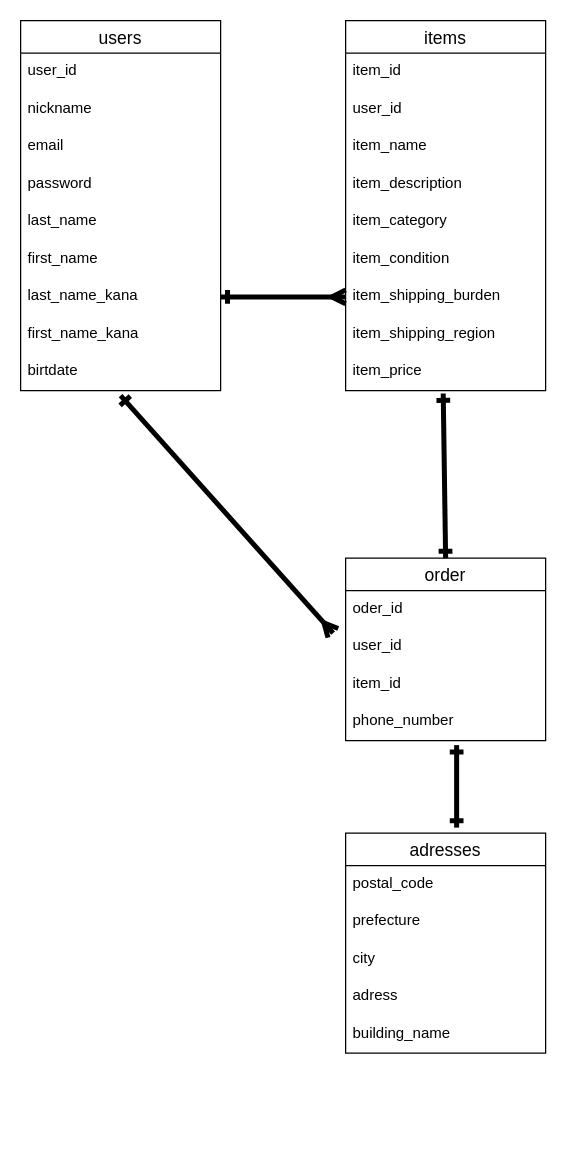
This is page "ページ1" (1 of 2) of furima.dio from ryochin33/furima-40583, a draw.io file, before an edit. Source tidied: cells renumbered, new cells numbered last; positions are measured from the earlier drawing's top-left corner, leaving out a move shared by most shapes. Both pictures are drawn from the tidied source at 125%, with x=0, y=0 at pixel (20, 20).
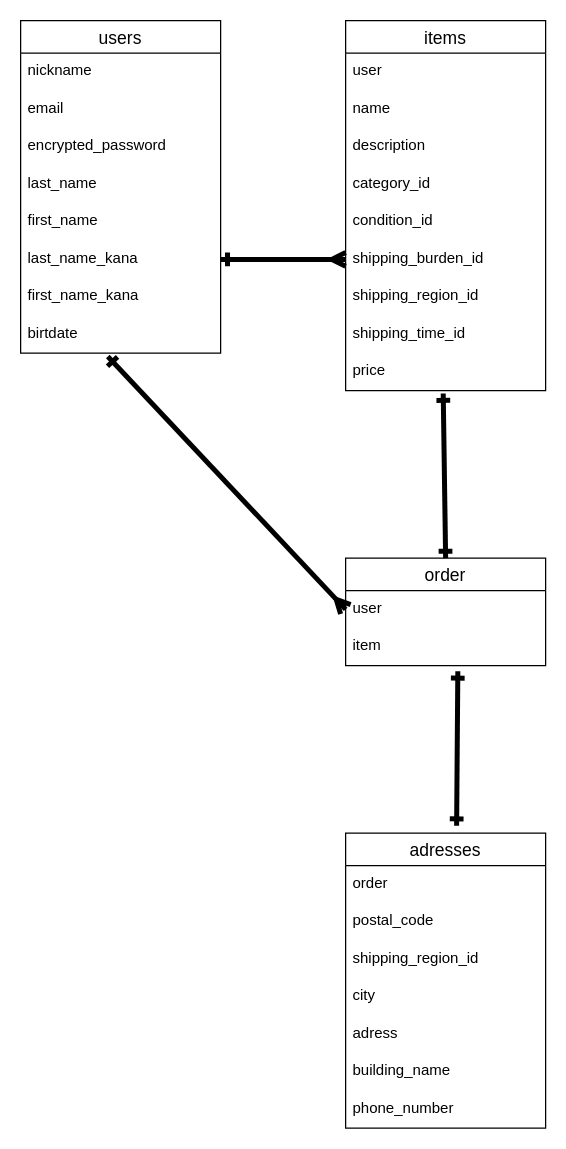
Above is the later version.

Commit message (it also covers changes not shown here):
データベース設計修正３

The change refers to these unchanged cells:
```xml
<mxCell id="13" value="items" style="swimlane;fontStyle=0;horizontal=1;startSize=26;align=center;fontSize=14;" parent="1" vertex="1">
  <mxGeometry x="260" width="160" height="296" as="geometry" />
</mxCell>
```

The edit, as a diff of the source:
```diff
@@
     <mxCell id="3" value="users" style="swimlane;fontStyle=0;horizontal=1;startSize=26;align=center;fontSize=14;" parent="1" vertex="1">
-      <mxGeometry width="160" height="296" as="geometry" />
+      <mxGeometry width="160" height="266" as="geometry" />
     </mxCell>
-    <mxCell id="4" value="user_id" style="text;strokeColor=none;fillColor=none;spacingLeft=4;spacingRight=4;overflow=hidden;fontSize=12;" parent="3" vertex="1">
-      <mxGeometry y="26" width="160" height="30" as="geometry" />
-    </mxCell>
     <mxCell id="5" value="nickname" style="text;strokeColor=none;fillColor=none;spacingLeft=4;spacingRight=4;overflow=hidden;fontSize=12;" parent="3" vertex="1">
-      <mxGeometry y="56" width="160" height="30" as="geometry" />
+      <mxGeometry y="26" width="160" height="30" as="geometry" />
     </mxCell>
     <mxCell id="6" value="email" style="text;strokeColor=none;fillColor=none;spacingLeft=4;spacingRight=4;overflow=hidden;fontSize=12;" parent="3" vertex="1">
-      <mxGeometry y="86" width="160" height="30" as="geometry" />
+      <mxGeometry y="56" width="160" height="30" as="geometry" />
     </mxCell>
-    <mxCell id="7" value="password" style="text;strokeColor=none;fillColor=none;spacingLeft=4;spacingRight=4;overflow=hidden;fontSize=12;" parent="3" vertex="1">
-      <mxGeometry y="116" width="160" height="30" as="geometry" />
+    <mxCell id="7" value="encrypted_password" style="text;strokeColor=none;fillColor=none;spacingLeft=4;spacingRight=4;overflow=hidden;fontSize=12;" parent="3" vertex="1">
+      <mxGeometry y="86" width="160" height="30" as="geometry" />
     </mxCell>
     <mxCell id="8" value="last_name" style="text;strokeColor=none;fillColor=none;spacingLeft=4;spacingRight=4;overflow=hidden;fontSize=12;" parent="3" vertex="1">
-      <mxGeometry y="146" width="160" height="30" as="geometry" />
+      <mxGeometry y="116" width="160" height="30" as="geometry" />
     </mxCell>
     <mxCell id="9" value="first_name" style="text;strokeColor=none;fillColor=none;spacingLeft=4;spacingRight=4;overflow=hidden;fontSize=12;" parent="3" vertex="1">
-      <mxGeometry y="176" width="160" height="30" as="geometry" />
+      <mxGeometry y="146" width="160" height="30" as="geometry" />
     </mxCell>
     <mxCell id="10" value="last_name_kana" style="text;strokeColor=none;fillColor=none;spacingLeft=4;spacingRight=4;overflow=hidden;points=[[0,0.5],[1,0.5]];portConstraint=eastwest;fontSize=12;" parent="3" vertex="1">
-      <mxGeometry y="206" width="160" height="30" as="geometry" />
+      <mxGeometry y="176" width="160" height="30" as="geometry" />
     </mxCell>
     <mxCell id="11" value="first_name_kana" style="text;strokeColor=none;fillColor=none;spacingLeft=4;spacingRight=4;overflow=hidden;fontSize=12;" parent="3" vertex="1">
-      <mxGeometry y="236" width="160" height="30" as="geometry" />
+      <mxGeometry y="206" width="160" height="30" as="geometry" />
     </mxCell>
     <mxCell id="12" value="birtdate" style="text;strokeColor=none;fillColor=none;spacingLeft=4;spacingRight=4;overflow=hidden;points=[[0,0.5],[1,0.5]];portConstraint=eastwest;fontSize=12;" parent="3" vertex="1">
-      <mxGeometry y="266" width="160" height="30" as="geometry" />
+      <mxGeometry y="236" width="160" height="30" as="geometry" />
     </mxCell>
@@
-    <mxCell id="14" value="item_id" style="text;strokeColor=none;fillColor=none;spacingLeft=4;spacingRight=4;overflow=hidden;fontSize=12;" parent="13" vertex="1">
-      <mxGeometry y="26" width="160" height="30" as="geometry" />
-    </mxCell>
-    <mxCell id="15" value="user_id" style="text;strokeColor=none;fillColor=none;spacingLeft=4;spacingRight=4;overflow=hidden;fontSize=12;" parent="13" vertex="1">
-      <mxGeometry y="56" width="160" height="30" as="geometry" />
+    <mxCell id="15" value="user" style="text;strokeColor=none;fillColor=none;spacingLeft=4;spacingRight=4;overflow=hidden;fontSize=12;" parent="13" vertex="1">
+      <mxGeometry y="26" width="160" height="30" as="geometry" />
     </mxCell>
-    <mxCell id="16" value="item_name" style="text;strokeColor=none;fillColor=none;spacingLeft=4;spacingRight=4;overflow=hidden;fontSize=12;" parent="13" vertex="1">
-      <mxGeometry y="86" width="160" height="30" as="geometry" />
+    <mxCell id="16" value="name" style="text;strokeColor=none;fillColor=none;spacingLeft=4;spacingRight=4;overflow=hidden;fontSize=12;" parent="13" vertex="1">
+      <mxGeometry y="56" width="160" height="30" as="geometry" />
     </mxCell>
-    <mxCell id="17" value="item_description" style="text;strokeColor=none;fillColor=none;spacingLeft=4;spacingRight=4;overflow=hidden;fontSize=12;" parent="13" vertex="1">
-      <mxGeometry y="116" width="160" height="30" as="geometry" />
+    <mxCell id="17" value="description" style="text;strokeColor=none;fillColor=none;spacingLeft=4;spacingRight=4;overflow=hidden;fontSize=12;" parent="13" vertex="1">
+      <mxGeometry y="86" width="160" height="30" as="geometry" />
     </mxCell>
-    <mxCell id="18" value="item_category" style="text;strokeColor=none;fillColor=none;spacingLeft=4;spacingRight=4;overflow=hidden;fontSize=12;" parent="13" vertex="1">
-      <mxGeometry y="146" width="160" height="30" as="geometry" />
+    <mxCell id="18" value="category_id" style="text;strokeColor=none;fillColor=none;spacingLeft=4;spacingRight=4;overflow=hidden;fontSize=12;" parent="13" vertex="1">
+      <mxGeometry y="116" width="160" height="30" as="geometry" />
     </mxCell>
-    <mxCell id="19" value="item_condition" style="text;strokeColor=none;fillColor=none;spacingLeft=4;spacingRight=4;overflow=hidden;fontSize=12;" parent="13" vertex="1">
-      <mxGeometry y="176" width="160" height="30" as="geometry" />
+    <mxCell id="19" value="condition_id" style="text;strokeColor=none;fillColor=none;spacingLeft=4;spacingRight=4;overflow=hidden;fontSize=12;" parent="13" vertex="1">
+      <mxGeometry y="146" width="160" height="30" as="geometry" />
     </mxCell>
-    <mxCell id="20" value="item_shipping_burden" style="text;strokeColor=none;fillColor=none;spacingLeft=4;spacingRight=4;overflow=hidden;points=[[0,0.5],[1,0.5]];portConstraint=eastwest;fontSize=12;" parent="13" vertex="1">
-      <mxGeometry y="206" width="160" height="30" as="geometry" />
+    <mxCell id="20" value="shipping_burden_id" style="text;strokeColor=none;fillColor=none;spacingLeft=4;spacingRight=4;overflow=hidden;points=[[0,0.5],[1,0.5]];portConstraint=eastwest;fontSize=12;" parent="13" vertex="1">
+      <mxGeometry y="176" width="160" height="30" as="geometry" />
     </mxCell>
-    <mxCell id="21" value="item_shipping_region" style="text;strokeColor=none;fillColor=none;spacingLeft=4;spacingRight=4;overflow=hidden;fontSize=12;" parent="13" vertex="1">
-      <mxGeometry y="236" width="160" height="30" as="geometry" />
+    <mxCell id="21" value="shipping_region_id" style="text;strokeColor=none;fillColor=none;spacingLeft=4;spacingRight=4;overflow=hidden;fontSize=12;" parent="13" vertex="1">
+      <mxGeometry y="206" width="160" height="30" as="geometry" />
     </mxCell>
+    <mxCell id="38" value="shipping_time_id" style="text;strokeColor=none;fillColor=none;spacingLeft=4;spacingRight=4;overflow=hidden;fontSize=12;" parent="13" vertex="1">
+      <mxGeometry y="236" width="160" height="30" as="geometry" />
+    </mxCell>
-    <mxCell id="22" value="item_price" style="text;strokeColor=none;fillColor=none;spacingLeft=4;spacingRight=4;overflow=hidden;points=[[0,0.5],[1,0.5]];portConstraint=eastwest;fontSize=12;" parent="13" vertex="1">
+    <mxCell id="22" value="price" style="text;strokeColor=none;fillColor=none;spacingLeft=4;spacingRight=4;overflow=hidden;points=[[0,0.5],[1,0.5]];portConstraint=eastwest;fontSize=12;" parent="13" vertex="1">
       <mxGeometry y="266" width="160" height="30" as="geometry" />
     </mxCell>
     <mxCell id="23" value="order" style="swimlane;fontStyle=0;horizontal=1;startSize=26;align=center;fontSize=14;" parent="1" vertex="1">
-      <mxGeometry x="260" y="430" width="160" height="146" as="geometry" />
+      <mxGeometry x="260" y="430" width="160" height="86" as="geometry" />
     </mxCell>
-    <mxCell id="24" value="oder_id" style="text;strokeColor=none;fillColor=none;spacingLeft=4;spacingRight=4;overflow=hidden;fontSize=12;" parent="23" vertex="1">
-      <mxGeometry y="26" width="160" height="30" as="geometry" />
-    </mxCell>
-    <mxCell id="25" value="user_id" style="text;strokeColor=none;fillColor=none;spacingLeft=4;spacingRight=4;overflow=hidden;points=[[0,0.5],[1,0.5]];portConstraint=eastwest;fontSize=12;" parent="23" vertex="1">
-      <mxGeometry y="56" width="160" height="30" as="geometry" />
+    <mxCell id="25" value="user" style="text;strokeColor=none;fillColor=none;spacingLeft=4;spacingRight=4;overflow=hidden;points=[[0,0.5],[1,0.5]];portConstraint=eastwest;fontSize=12;" parent="23" vertex="1">
+      <mxGeometry y="26" width="160" height="30" as="geometry" />
     </mxCell>
-    <mxCell id="26" value="item_id" style="text;strokeColor=none;fillColor=none;spacingLeft=4;spacingRight=4;overflow=hidden;points=[[0,0.5],[1,0.5]];portConstraint=eastwest;fontSize=12;" parent="23" vertex="1">
-      <mxGeometry y="86" width="160" height="30" as="geometry" />
+    <mxCell id="26" value="item" style="text;strokeColor=none;fillColor=none;spacingLeft=4;spacingRight=4;overflow=hidden;points=[[0,0.5],[1,0.5]];portConstraint=eastwest;fontSize=12;" parent="23" vertex="1">
+      <mxGeometry y="56" width="160" height="30" as="geometry" />
     </mxCell>
-    <mxCell id="27" value="phone_number" style="text;strokeColor=none;fillColor=none;spacingLeft=4;spacingRight=4;overflow=hidden;points=[[0,0.5],[1,0.5]];portConstraint=eastwest;fontSize=12;" parent="23" vertex="1">
-      <mxGeometry y="116" width="160" height="30" as="geometry" />
-    </mxCell>
     <mxCell id="28" value="adresses" style="swimlane;fontStyle=0;horizontal=1;startSize=26;align=center;fontSize=14;" parent="1" vertex="1">
-      <mxGeometry x="260" y="650" width="160" height="176" as="geometry" />
+      <mxGeometry x="260" y="650" width="160" height="236" as="geometry" />
     </mxCell>
+    <mxCell id="39" value="order" style="text;strokeColor=none;fillColor=none;spacingLeft=4;spacingRight=4;overflow=hidden;fontSize=12;" parent="28" vertex="1">
+      <mxGeometry y="26" width="160" height="30" as="geometry" />
+    </mxCell>
     <mxCell id="29" value="postal_code" style="text;strokeColor=none;fillColor=none;spacingLeft=4;spacingRight=4;overflow=hidden;fontSize=12;" parent="28" vertex="1">
-      <mxGeometry y="26" width="160" height="30" as="geometry" />
+      <mxGeometry y="56" width="160" height="30" as="geometry" />
     </mxCell>
-    <mxCell id="30" value="prefecture" style="text;strokeColor=none;fillColor=none;spacingLeft=4;spacingRight=4;overflow=hidden;fontSize=12;" parent="28" vertex="1">
-      <mxGeometry y="56" width="160" height="30" as="geometry" />
-    </mxCell>
+    <mxCell id="40" value="shipping_region_id" style="text;strokeColor=none;fillColor=none;spacingLeft=4;spacingRight=4;overflow=hidden;fontSize=12;" parent="28" vertex="1">
+      <mxGeometry y="86" width="160" height="30" as="geometry" />
+    </mxCell>
     <mxCell id="31" value="city" style="text;strokeColor=none;fillColor=none;spacingLeft=4;spacingRight=4;overflow=hidden;fontSize=12;" parent="28" vertex="1">
-      <mxGeometry y="86" width="160" height="30" as="geometry" />
+      <mxGeometry y="116" width="160" height="30" as="geometry" />
     </mxCell>
     <mxCell id="32" value="adress" style="text;strokeColor=none;fillColor=none;spacingLeft=4;spacingRight=4;overflow=hidden;fontSize=12;" parent="28" vertex="1">
-      <mxGeometry y="116" width="160" height="30" as="geometry" />
+      <mxGeometry y="146" width="160" height="30" as="geometry" />
     </mxCell>
     <mxCell id="33" value="building_name" style="text;strokeColor=none;fillColor=none;spacingLeft=4;spacingRight=4;overflow=hidden;fontSize=12;" parent="28" vertex="1">
-      <mxGeometry y="146" width="160" height="30" as="geometry" />
+      <mxGeometry y="176" width="160" height="30" as="geometry" />
     </mxCell>
+    <mxCell id="27" value="phone_number" style="text;strokeColor=none;fillColor=none;spacingLeft=4;spacingRight=4;overflow=hidden;points=[[0,0.5],[1,0.5]];portConstraint=eastwest;fontSize=12;" parent="28" vertex="1">
+      <mxGeometry y="206" width="160" height="30" as="geometry" />
+    </mxCell>
@@
-    <mxCell id="35" style="edgeStyle=none;orthogonalLoop=1;jettySize=auto;html=1;strokeWidth=4;startArrow=ERone;startFill=0;endArrow=ERmany;endFill=0;" parent="1" edge="1">
-      <mxGeometry relative="1" as="geometry">
-        <mxPoint x="80" y="300" as="sourcePoint" />
-        <mxPoint x="250" y="490" as="targetPoint" />
-      </mxGeometry>
+    <mxCell id="35" style="edgeStyle=none;jettySize=auto;html=1;strokeWidth=4;startArrow=ERone;startFill=0;endArrow=ERmany;endFill=0;exitX=0.436;exitY=1.091;exitDx=0;exitDy=0;exitPerimeter=0;entryX=0;entryY=0.5;entryDx=0;entryDy=0;" parent="1" edge="1" source="12" target="25">
+      <mxGeometry relative="1" as="geometry" />
     </mxCell>
@@
-    <mxCell id="37" style="edgeStyle=none;jettySize=auto;html=1;strokeWidth=4;startArrow=ERone;startFill=0;endArrow=ERone;endFill=0;entryX=0.555;entryY=-0.025;entryDx=0;entryDy=0;entryPerimeter=0;exitX=0.555;exitY=1.12;exitDx=0;exitDy=0;exitPerimeter=0;" parent="1" edge="1" source="27" target="28">
+    <mxCell id="37" style="edgeStyle=none;jettySize=auto;html=1;strokeWidth=4;startArrow=ERone;startFill=0;endArrow=ERone;endFill=0;entryX=0.555;entryY=-0.025;entryDx=0;entryDy=0;entryPerimeter=0;exitX=0.561;exitY=1.149;exitDx=0;exitDy=0;exitPerimeter=0;" parent="1" edge="1" source="26" target="28">
       <mxGeometry relative="1" as="geometry" />
     </mxCell>
```
